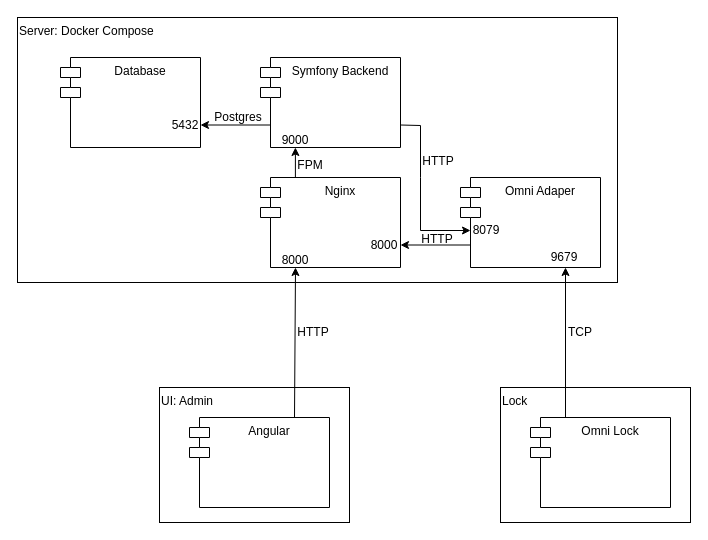
This is documentation/assets/schema/schema.drawio from Retch/ShareABike, a draw.io file, before an edit. Source tidied: cells renumbered, new cells numbered last; positions are measured from the earlier drawing's top-left corner, leaving out a move shared by most shapes. Both pictures are drawn from the tidied source at 100%, with x=0, y=0 at pixel (17, 17).
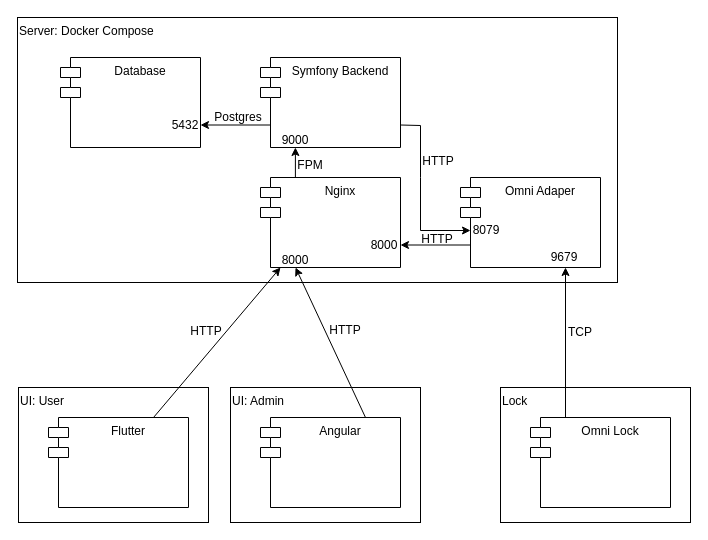
After the change.

Commit message (it also covers changes not shown here):
add user ui to schema

Diff of the diagram source:
```diff
@@
     <mxCell id="18" value="&lt;div style=&quot;&quot;&gt;UI: Admin&lt;/div&gt;" style="html=1;whiteSpace=wrap;align=left;horizontal=1;verticalAlign=top;" parent="1" vertex="1">
-      <mxGeometry x="142" y="370" width="190" height="135" as="geometry" />
+      <mxGeometry x="213" y="370" width="190" height="135" as="geometry" />
     </mxCell>
     <mxCell id="19" value="Angular" style="shape=module;align=left;spacingLeft=20;align=center;verticalAlign=top;whiteSpace=wrap;html=1;" parent="1" vertex="1">
-      <mxGeometry x="172" y="400" width="140" height="90" as="geometry" />
+      <mxGeometry x="243" y="400" width="140" height="90" as="geometry" />
     </mxCell>
@@
     <mxCell id="21" value="HTTP" style="text;html=1;strokeColor=none;fillColor=none;align=center;verticalAlign=middle;whiteSpace=wrap;rounded=0;" parent="1" vertex="1">
-      <mxGeometry x="266" y="300" width="60" height="30" as="geometry" />
+      <mxGeometry x="298" y="298" width="60" height="30" as="geometry" />
     </mxCell>
@@
+    <mxCell id="29" value="&lt;div style=&quot;&quot;&gt;UI: User&lt;/div&gt;" style="html=1;whiteSpace=wrap;align=left;horizontal=1;verticalAlign=top;" parent="1" vertex="1">
+      <mxGeometry x="1" y="370" width="190" height="135" as="geometry" />
+    </mxCell>
+    <mxCell id="30" value="Flutter" style="shape=module;align=left;spacingLeft=20;align=center;verticalAlign=top;whiteSpace=wrap;html=1;" parent="1" vertex="1">
+      <mxGeometry x="31" y="400" width="140" height="90" as="geometry" />
+    </mxCell>
+    <mxCell id="31" style="endArrow=classic;html=1;rounded=0;exitX=0.75;exitY=0;exitDx=0;exitDy=0;" parent="1" edge="1" source="30">
+      <mxGeometry relative="1" as="geometry">
+        <mxPoint x="263" y="250" as="targetPoint" />
+      </mxGeometry>
+    </mxCell>
+    <mxCell id="32" value="HTTP" style="text;html=1;strokeColor=none;fillColor=none;align=center;verticalAlign=middle;whiteSpace=wrap;rounded=0;" parent="1" vertex="1">
+      <mxGeometry x="159" y="299" width="60" height="30" as="geometry" />
+    </mxCell>
```
